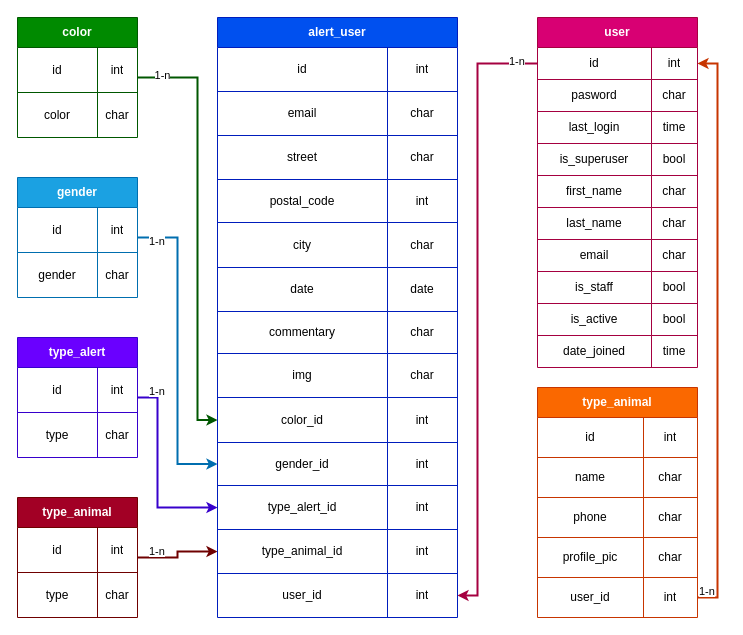
Above: assets/base de donnée/Untitled Diagram.drawio in herbetelem/Projet-3 (draw.io), before the change. Source tidied: cells renumbered, new cells numbered last; positions are measured from the earlier drawing's top-left corner, leaving out a move shared by most shapes. Both pictures are drawn from the tidied source at 100%, with x=0, y=0 at pixel (17, 17).
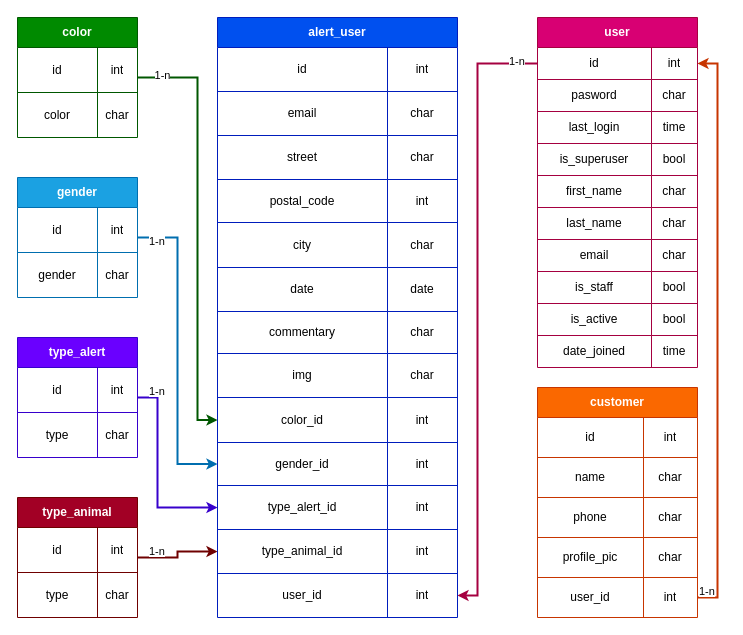
After the change.

What changed in the source:
```diff
@@
-    <mxCell id="105" value="type_animal" style="shape=table;html=1;whiteSpace=wrap;startSize=30;childLayout=tableLayout;fontStyle=1;align=center;fillColor=#fa6800;strokeColor=#C73500;fontColor=#ffffff;" parent="1" vertex="1">
+    <mxCell id="105" value="customer" style="shape=table;html=1;whiteSpace=wrap;startSize=30;childLayout=tableLayout;fontStyle=1;align=center;fillColor=#fa6800;strokeColor=#C73500;fontColor=#ffffff;" parent="1" vertex="1">
       <mxGeometry x="520" y="370" width="160" height="230" as="geometry" />
     </mxCell>
```
